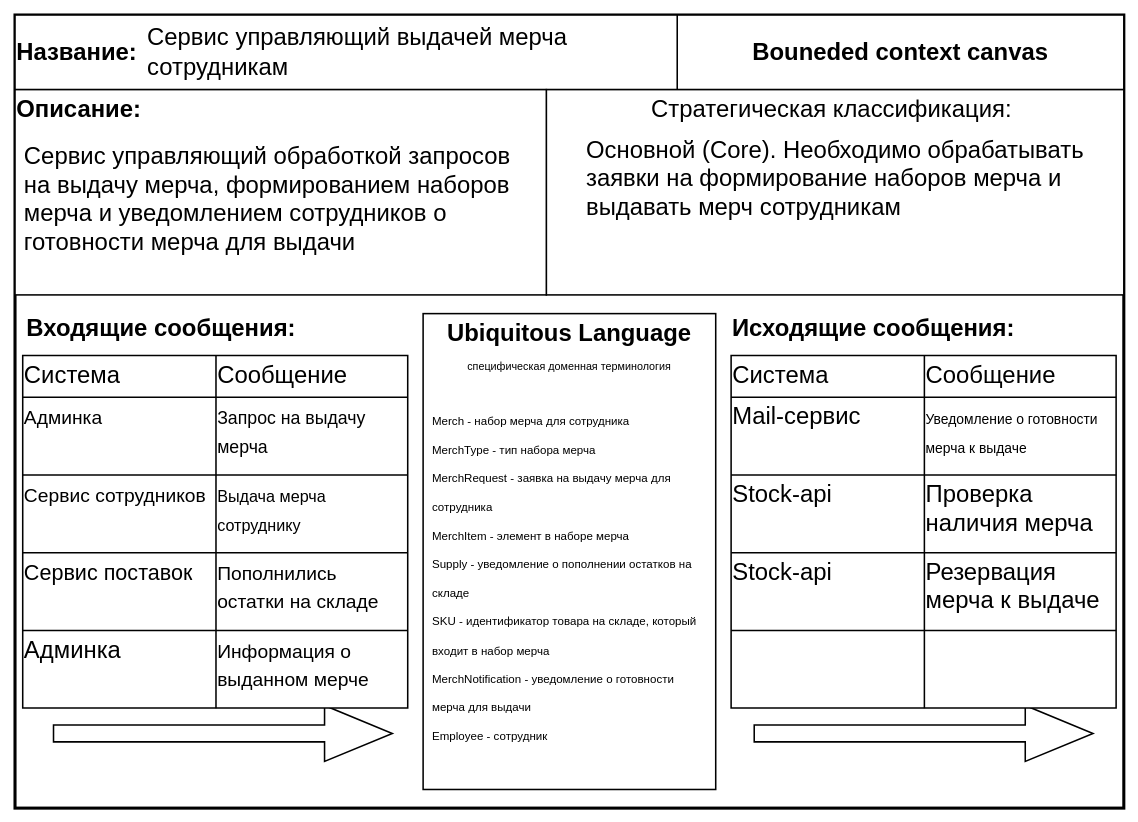
Earlier version of the draw.io diagram bounded context canvas.drawio (ozon-edu-csharp-2021/basygin). Source tidied: cells renumbered, new cells numbered last; positions are measured from the earlier drawing's top-left corner, leaving out a move shared by most shapes. Both pictures are drawn from the tidied source at 77%, with x=0, y=0 at pixel (15, 15).
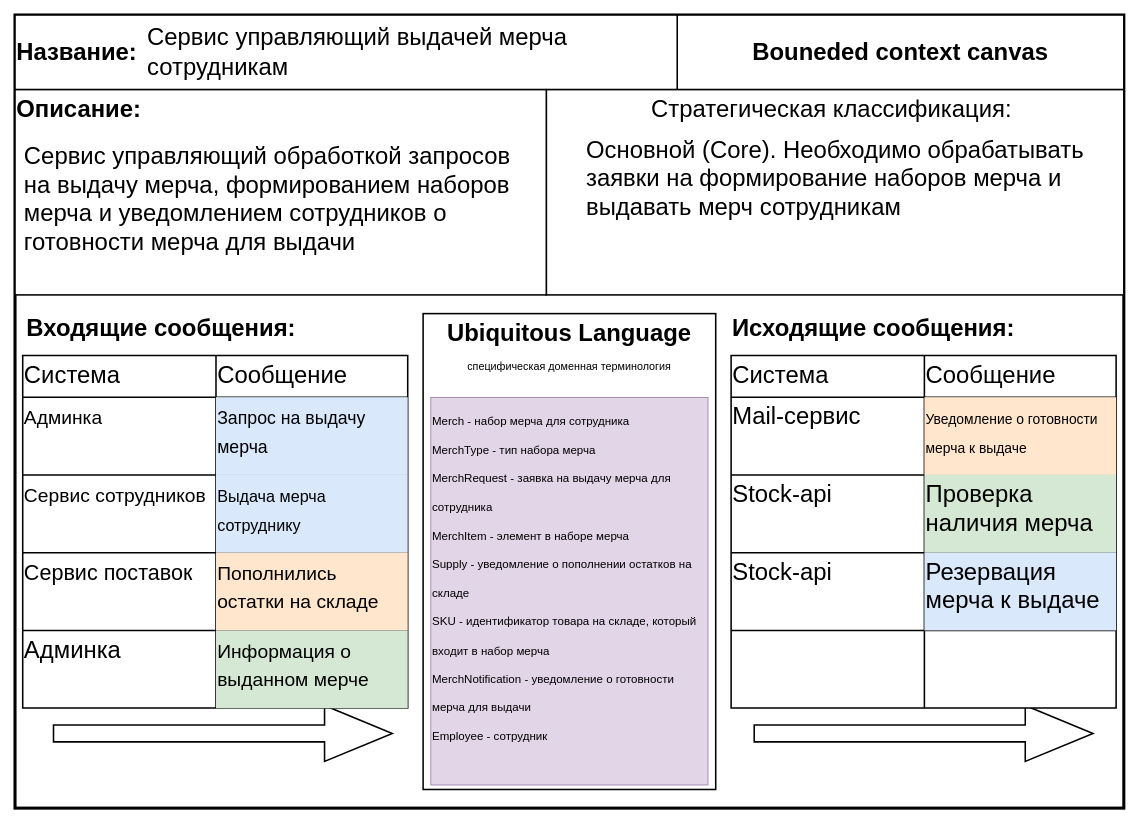
After the change.

Unchanged cells that the change refers to:
```xml
<mxCell id="13" style="shape=partialRectangle;html=1;whiteSpace=wrap;fillColor=none;top=0;left=0;bottom=0;right=0;rounded=0;shadow=0;glass=0;sketch=0;fontSize=31;strokeColor=default;strokeWidth=2;align=left;verticalAlign=top;" parent="9" vertex="1">
  <mxGeometry y="54" width="500" height="101" as="geometry" />
</mxCell>
<mxCell id="16" style="shape=partialRectangle;html=1;whiteSpace=wrap;fillColor=none;top=0;left=0;bottom=0;right=0;rounded=0;shadow=0;glass=0;sketch=0;fontSize=31;strokeColor=default;strokeWidth=2;align=left;verticalAlign=top;" parent="9" vertex="1">
  <mxGeometry y="155" width="500" height="101" as="geometry" />
</mxCell>
<mxCell id="19" style="shape=partialRectangle;html=1;whiteSpace=wrap;fillColor=none;top=0;left=0;bottom=0;right=0;rounded=0;shadow=0;glass=0;sketch=0;fontSize=31;strokeColor=default;strokeWidth=2;align=left;verticalAlign=top;" parent="9" vertex="1">
  <mxGeometry y="256" width="500" height="101" as="geometry" />
</mxCell>
<mxCell id="22" style="shape=partialRectangle;html=1;whiteSpace=wrap;fillColor=none;top=0;left=0;bottom=0;right=0;rounded=0;shadow=0;glass=0;sketch=0;fontSize=31;strokeColor=default;strokeWidth=2;align=left;verticalAlign=top;" parent="9" vertex="1">
  <mxGeometry y="357" width="500" height="101" as="geometry" />
</mxCell>
<mxCell id="29" style="shape=partialRectangle;html=1;whiteSpace=wrap;fillColor=none;top=0;left=0;bottom=0;right=0;rounded=0;shadow=0;glass=0;sketch=0;fontSize=31;strokeColor=default;strokeWidth=2;align=left;verticalAlign=top;" parent="25" vertex="1">
  <mxGeometry y="54" width="500" height="101" as="geometry" />
</mxCell>
<mxCell id="32" style="shape=partialRectangle;html=1;whiteSpace=wrap;fillColor=none;top=0;left=0;bottom=0;right=0;rounded=0;shadow=0;glass=0;sketch=0;fontSize=31;strokeColor=default;strokeWidth=2;align=left;verticalAlign=top;" parent="25" vertex="1">
  <mxGeometry y="155" width="500" height="101" as="geometry" />
</mxCell>
<mxCell id="35" style="shape=partialRectangle;html=1;whiteSpace=wrap;fillColor=none;top=0;left=0;bottom=0;right=0;rounded=0;shadow=0;glass=0;sketch=0;fontSize=31;strokeColor=default;strokeWidth=2;align=left;verticalAlign=top;" parent="25" vertex="1">
  <mxGeometry y="256" width="500" height="101" as="geometry" />
</mxCell>
```

What changed in the source:
```diff
@@
-    <mxCell id="2" style="group;" parent="1" vertex="1">
+    <mxCell id="2" style="group;fillColor=#e1d5e7;strokeColor=#9673a6;" parent="1" vertex="1">
       <mxGeometry width="1440" height="1030" as="geometry" />
     </mxCell>
@@
-    <mxCell id="15" value="&lt;font style=&quot;font-size: 23px&quot;&gt;Запрос на выдачу мерча&lt;/font&gt;" style="shape=partialRectangle;html=1;whiteSpace=wrap;fillColor=none;top=0;left=0;bottom=0;right=0;overflow=hidden;rounded=0;shadow=0;glass=0;sketch=0;fontSize=31;strokeColor=default;strokeWidth=2;align=left;verticalAlign=top;" parent="13" vertex="1">
+    <mxCell id="15" value="&lt;font style=&quot;font-size: 23px&quot;&gt;Запрос на выдачу мерча&lt;/font&gt;" style="shape=partialRectangle;html=1;whiteSpace=wrap;fillColor=#dae8fc;top=0;left=0;bottom=0;right=0;overflow=hidden;rounded=0;shadow=0;glass=0;sketch=0;fontSize=31;strokeColor=#6c8ebf;strokeWidth=2;align=left;verticalAlign=top;" parent="13" vertex="1">
       <mxGeometry x="251" width="249" height="101" as="geometry" />
     </mxCell>
@@
-    <mxCell id="18" value="&lt;font style=&quot;font-size: 21px&quot;&gt;Выдача мерча сотруднику&lt;/font&gt;" style="shape=partialRectangle;html=1;whiteSpace=wrap;fillColor=none;top=0;left=0;bottom=0;right=0;overflow=hidden;rounded=0;shadow=0;glass=0;sketch=0;fontSize=31;strokeColor=default;strokeWidth=2;align=left;verticalAlign=top;" parent="16" vertex="1">
+    <mxCell id="18" value="&lt;font style=&quot;font-size: 21px&quot;&gt;Выдача мерча сотруднику&lt;/font&gt;" style="shape=partialRectangle;html=1;whiteSpace=wrap;fillColor=#dae8fc;top=0;left=0;bottom=0;right=0;overflow=hidden;rounded=0;shadow=0;glass=0;sketch=0;fontSize=31;strokeColor=#6c8ebf;strokeWidth=2;align=left;verticalAlign=top;" parent="16" vertex="1">
       <mxGeometry x="251" width="249" height="101" as="geometry" />
     </mxCell>
@@
-    <mxCell id="21" value="&lt;font style=&quot;font-size: 25px&quot;&gt;Пополнились остатки на складе&lt;/font&gt;" style="shape=partialRectangle;html=1;whiteSpace=wrap;fillColor=none;top=0;left=0;bottom=0;right=0;overflow=hidden;rounded=0;shadow=0;glass=0;sketch=0;fontSize=31;strokeColor=default;strokeWidth=2;align=left;verticalAlign=top;" parent="19" vertex="1">
+    <mxCell id="21" value="&lt;font style=&quot;font-size: 25px&quot;&gt;Пополнились остатки на складе&lt;/font&gt;" style="shape=partialRectangle;html=1;whiteSpace=wrap;fillColor=#ffe6cc;top=0;left=0;bottom=0;right=0;overflow=hidden;rounded=0;shadow=0;glass=0;sketch=0;fontSize=31;strokeColor=#d79b00;strokeWidth=2;align=left;verticalAlign=top;" parent="19" vertex="1">
       <mxGeometry x="251" width="249" height="101" as="geometry" />
     </mxCell>
@@
-    <mxCell id="24" value="&lt;font style=&quot;font-size: 25px&quot;&gt;Информация о выданном мерче&lt;/font&gt;" style="shape=partialRectangle;html=1;whiteSpace=wrap;fillColor=none;top=0;left=0;bottom=0;right=0;overflow=hidden;rounded=0;shadow=0;glass=0;sketch=0;fontSize=31;strokeColor=default;strokeWidth=2;align=left;verticalAlign=top;" parent="22" vertex="1">
+    <mxCell id="24" value="&lt;font style=&quot;font-size: 25px&quot;&gt;Информация о выданном мерче&lt;/font&gt;" style="shape=partialRectangle;html=1;whiteSpace=wrap;fillColor=#d5e8d4;top=0;left=0;bottom=0;right=0;overflow=hidden;rounded=0;shadow=0;glass=0;sketch=0;fontSize=31;strokeColor=#82b366;strokeWidth=2;align=left;verticalAlign=top;" parent="22" vertex="1">
       <mxGeometry x="251" width="249" height="101" as="geometry" />
     </mxCell>
@@
-    <mxCell id="31" value="&lt;font style=&quot;font-size: 18px&quot;&gt;Уведомление о готовности мерча к выдаче&lt;/font&gt;" style="shape=partialRectangle;html=1;whiteSpace=wrap;fillColor=none;top=0;left=0;bottom=0;right=0;overflow=hidden;rounded=0;shadow=0;glass=0;sketch=0;fontSize=31;strokeColor=default;strokeWidth=2;align=left;verticalAlign=top;" parent="29" vertex="1">
+    <mxCell id="31" value="&lt;font style=&quot;font-size: 18px&quot;&gt;Уведомление о готовности мерча к выдаче&lt;/font&gt;" style="shape=partialRectangle;html=1;whiteSpace=wrap;fillColor=#ffe6cc;top=0;left=0;bottom=0;right=0;overflow=hidden;rounded=0;shadow=0;glass=0;sketch=0;fontSize=31;strokeColor=#d79b00;strokeWidth=2;align=left;verticalAlign=top;" parent="29" vertex="1">
       <mxGeometry x="251" width="249" height="101" as="geometry" />
     </mxCell>
@@
-    <mxCell id="34" value="Проверка наличия мерча" style="shape=partialRectangle;html=1;whiteSpace=wrap;fillColor=none;top=0;left=0;bottom=0;right=0;overflow=hidden;rounded=0;shadow=0;glass=0;sketch=0;fontSize=31;strokeColor=default;strokeWidth=2;align=left;verticalAlign=top;" parent="32" vertex="1">
+    <mxCell id="34" value="Проверка наличия мерча" style="shape=partialRectangle;html=1;whiteSpace=wrap;fillColor=#d5e8d4;top=0;left=0;bottom=0;right=0;overflow=hidden;rounded=0;shadow=0;glass=0;sketch=0;fontSize=31;strokeColor=#82b366;strokeWidth=2;align=left;verticalAlign=top;" parent="32" vertex="1">
       <mxGeometry x="251" width="249" height="101" as="geometry" />
     </mxCell>
@@
-    <mxCell id="37" value="Резервация мерча к выдаче" style="shape=partialRectangle;html=1;whiteSpace=wrap;fillColor=none;top=0;left=0;bottom=0;right=0;overflow=hidden;rounded=0;shadow=0;glass=0;sketch=0;fontSize=31;strokeColor=default;strokeWidth=2;align=left;verticalAlign=top;" parent="35" vertex="1">
+    <mxCell id="37" value="Резервация мерча к выдаче" style="shape=partialRectangle;html=1;whiteSpace=wrap;fillColor=#dae8fc;top=0;left=0;bottom=0;right=0;overflow=hidden;rounded=0;shadow=0;glass=0;sketch=0;fontSize=31;strokeColor=#6c8ebf;strokeWidth=2;align=left;verticalAlign=top;" parent="35" vertex="1">
       <mxGeometry x="251" width="249" height="101" as="geometry" />
     </mxCell>
@@
-    <mxCell id="54" value="&lt;span style=&quot;font-size: 15px&quot;&gt;Merch - набор мерча для сотрудника&lt;br&gt;MerchType - тип набора мерча&lt;br&gt;MerchRequest - заявка на выдачу мерча для сотрудника&lt;br&gt;MerchItem - элемент в наборе мерча&lt;br&gt;Supply - уведомление о пополнении остатков на складе&lt;br&gt;SKU - идентификатор товара на складе, который входит в набор мерча&lt;br&gt;MerchNotification - уведомление о готовности мерча для выдачи&lt;br&gt;Employee - сотрудник&lt;/span&gt;&lt;span style=&quot;font-size: 15px&quot;&gt;&lt;br&gt;&lt;/span&gt;" style="text;html=1;strokeColor=none;fillColor=none;align=left;verticalAlign=top;whiteSpace=wrap;rounded=0;shadow=0;glass=0;sketch=0;fontSize=31;" parent="2" vertex="1">
+    <mxCell id="54" value="&lt;span style=&quot;font-size: 15px&quot;&gt;Merch - набор мерча для сотрудника&lt;br&gt;MerchType - тип набора мерча&lt;br&gt;MerchRequest - заявка на выдачу мерча для сотрудника&lt;br&gt;MerchItem - элемент в наборе мерча&lt;br&gt;Supply - уведомление о пополнении остатков на складе&lt;br&gt;SKU - идентификатор товара на складе, который входит в набор мерча&lt;br&gt;MerchNotification - уведомление о готовности мерча для выдачи&lt;br&gt;Employee - сотрудник&lt;/span&gt;&lt;span style=&quot;font-size: 15px&quot;&gt;&lt;br&gt;&lt;/span&gt;" style="text;html=1;strokeColor=#9673a6;fillColor=#e1d5e7;align=left;verticalAlign=top;whiteSpace=wrap;rounded=0;shadow=0;glass=0;sketch=0;fontSize=31;" parent="2" vertex="1">
       <mxGeometry x="540" y="496.8" width="360" height="503.2" as="geometry" />
     </mxCell>
```
